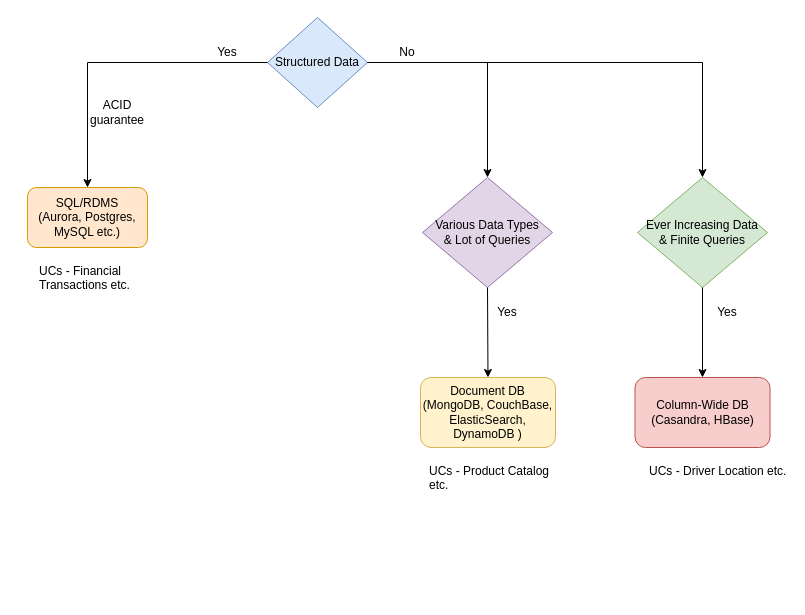
This is src/1_HLDDesignComponents/3_DatabaseComponents/assests/DecideDatabase.drawio from Anshul619/HLD-System-Designs, a draw.io file, before an edit. Source tidied: cells renumbered, new cells numbered last; positions are measured from the earlier drawing's top-left corner, leaving out a move shared by most shapes. Both pictures are drawn from the tidied source at 100%, with x=0, y=0 at pixel (27, 17).
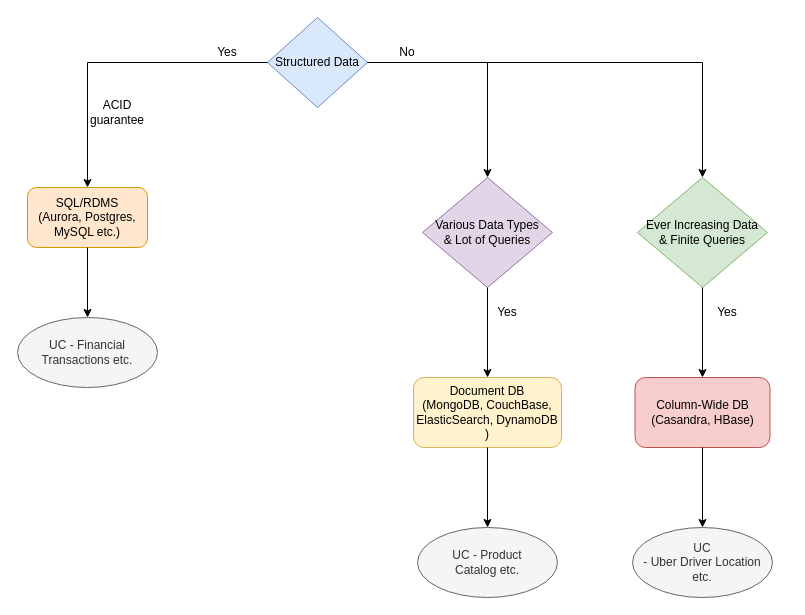
The same diagram, later.

Unchanged cells that the change refers to:
```xml
<mxCell id="3" value="&lt;div&gt;SQL/RDMS &lt;br&gt;&lt;/div&gt;&lt;div&gt;(Aurora, Postgres, MySQL etc.)&lt;br&gt;&lt;/div&gt;" style="rounded=1;whiteSpace=wrap;html=1;fillColor=#ffe6cc;strokeColor=#d79b00;" parent="1" vertex="1">
  <mxGeometry y="170" width="120" height="60" as="geometry" />
</mxCell>
<mxCell id="16" value="&lt;div&gt;Column-Wide DB&lt;br&gt;&lt;/div&gt;&lt;div&gt;(Casandra, HBase)&lt;br&gt;&lt;/div&gt;" style="rounded=1;whiteSpace=wrap;html=1;fillColor=#f8cecc;strokeColor=#b85450;" parent="1" vertex="1">
  <mxGeometry x="607.5" y="360" width="135" height="70" as="geometry" />
</mxCell>
```

What changed in the source:
```diff
@@
     <mxCell id="7" value="&lt;div&gt;Document DB&lt;/div&gt;&lt;div&gt;(MongoDB, CouchBase, ElasticSearch, DynamoDB )&lt;br&gt;&lt;/div&gt;" style="rounded=1;whiteSpace=wrap;html=1;fillColor=#fff2cc;strokeColor=#d6b656;" parent="1" vertex="1">
-      <mxGeometry x="393" y="360" width="135" height="70" as="geometry" />
+      <mxGeometry x="386" y="360" width="148" height="70" as="geometry" />
     </mxCell>
@@
-    <mxCell id="13" value="UCs - Product Catalog etc." style="text;whiteSpace=wrap;html=1;" parent="1" vertex="1">
-      <mxGeometry x="400" y="440" width="140" height="40" as="geometry" />
-    </mxCell>
-    <mxCell id="14" value="UCs - Financial Transactions etc. " style="text;whiteSpace=wrap;html=1;" parent="1" vertex="1">
-      <mxGeometry x="10" y="240" width="150" height="40" as="geometry" />
-    </mxCell>
@@
-    <mxCell id="20" value="UCs - Driver Location etc." style="text;whiteSpace=wrap;html=1;" parent="1" vertex="1">
-      <mxGeometry x="620" y="440" width="140" height="40" as="geometry" />
-    </mxCell>
+    <mxCell id="21" style="endArrow=classic;html=1;rounded=0;exitX=0.5;exitY=1;exitDx=0;exitDy=0;entryX=0.5;entryY=0;entryDx=0;entryDy=0;" parent="1" edge="1" source="3" target="22">
+      <mxGeometry relative="1" as="geometry" />
+    </mxCell>
+    <mxCell id="22" value="UC - Financial Transactions etc. " style="ellipse;whiteSpace=wrap;html=1;fillColor=#f5f5f5;strokeColor=#666666;fontColor=#333333;" parent="1" vertex="1">
+      <mxGeometry x="-10" y="300" width="140" height="70" as="geometry" />
+    </mxCell>
+    <mxCell id="23" value="&lt;div&gt;UC - Product &lt;br&gt;&lt;/div&gt;&lt;div&gt;Catalog etc.&lt;/div&gt;" style="ellipse;whiteSpace=wrap;html=1;fillColor=#f5f5f5;strokeColor=#666666;fontColor=#333333;" parent="1" vertex="1">
+      <mxGeometry x="390" y="510" width="140" height="70" as="geometry" />
+    </mxCell>
+    <mxCell id="24" value="&lt;div&gt;UC &lt;br&gt;&lt;/div&gt;&lt;div&gt;- Uber Driver Location etc.&lt;/div&gt;" style="ellipse;whiteSpace=wrap;html=1;fillColor=#f5f5f5;strokeColor=#666666;fontColor=#333333;" parent="1" vertex="1">
+      <mxGeometry x="605" y="510" width="140" height="70" as="geometry" />
+    </mxCell>
+    <mxCell id="25" style="endArrow=classic;html=1;rounded=0;exitX=0.5;exitY=1;exitDx=0;exitDy=0;" parent="1" edge="1" source="7" target="23">
+      <mxGeometry relative="1" as="geometry" />
+    </mxCell>
+    <mxCell id="26" style="endArrow=classic;html=1;rounded=0;exitX=0.5;exitY=1;exitDx=0;exitDy=0;entryX=0.5;entryY=0;entryDx=0;entryDy=0;" parent="1" edge="1" source="16" target="24">
+      <mxGeometry relative="1" as="geometry" />
+    </mxCell>
```
